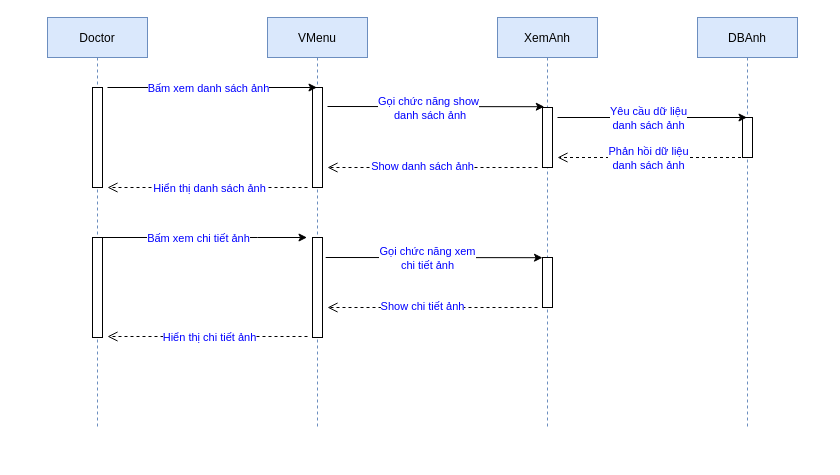
Above: page "Page-2" (2 of 2) of Untitled Diagram.drawio in philong97/diagram (draw.io), before the change. Source tidied: cells renumbered, new cells numbered last; positions are measured from the earlier drawing's top-left corner, leaving out a move shared by most shapes. Both pictures are drawn from the tidied source at 100%, with x=0, y=0 at pixel (47, 17).
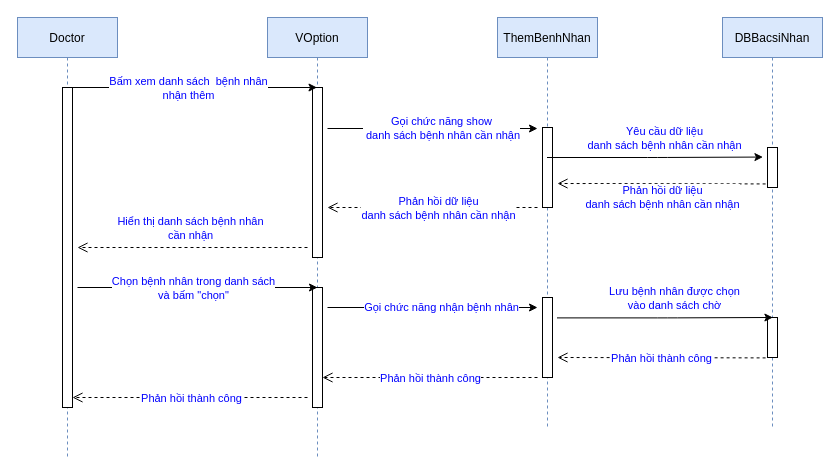
The same page after the edit.

Change to the diagram source:
```diff
@@
     <mxCell id="2" value="Doctor" style="shape=umlLifeline;perimeter=lifelinePerimeter;rounded=0;shadow=0;strokeWidth=1;fillColor=#dae8fc;strokeColor=#6c8ebf;" parent="1" vertex="1">
-      <mxGeometry width="100" height="409" as="geometry" />
+      <mxGeometry x="-30" width="100" height="440" as="geometry" />
     </mxCell>
     <mxCell id="3" style="perimeter=orthogonalPerimeter;rounded=0;shadow=0;strokeWidth=1;fontColor=#0000FF;" parent="2" vertex="1">
-      <mxGeometry x="45" y="70" width="10" height="100" as="geometry" />
+      <mxGeometry x="45" y="70" width="10" height="320" as="geometry" />
     </mxCell>
-    <mxCell id="4" style="perimeter=orthogonalPerimeter;rounded=0;shadow=0;strokeWidth=1;fontColor=#0000FF;" parent="2" vertex="1">
-      <mxGeometry x="45" y="220" width="10" height="100" as="geometry" />
-    </mxCell>
-    <mxCell id="5" value="DBAnh" style="shape=umlLifeline;perimeter=lifelinePerimeter;rounded=0;shadow=0;strokeWidth=1;fillColor=#dae8fc;strokeColor=#6c8ebf;" parent="1" vertex="1">
-      <mxGeometry x="650" width="100" height="409" as="geometry" />
+    <mxCell id="5" value="DBBacsiNhan" style="shape=umlLifeline;perimeter=lifelinePerimeter;rounded=0;shadow=0;strokeWidth=1;fillColor=#dae8fc;strokeColor=#6c8ebf;" parent="1" vertex="1">
+      <mxGeometry x="675" width="100" height="409" as="geometry" />
     </mxCell>
     <mxCell id="6" style="points=[];perimeter=orthogonalPerimeter;rounded=0;shadow=0;strokeWidth=1;fontColor=#0000FF;" parent="5" vertex="1">
-      <mxGeometry x="45" y="100" width="10" height="40" as="geometry" />
+      <mxGeometry x="45" y="130" width="10" height="40" as="geometry" />
     </mxCell>
+    <mxCell id="33" style="perimeter=orthogonalPerimeter;rounded=0;shadow=0;strokeWidth=1;fontColor=#0000FF;" parent="5" vertex="1">
+      <mxGeometry x="45" y="300" width="10" height="40" as="geometry" />
+    </mxCell>
-    <mxCell id="7" value="XemAnh" style="shape=umlLifeline;perimeter=lifelinePerimeter;rounded=0;shadow=0;strokeWidth=1;fillColor=#dae8fc;strokeColor=#6c8ebf;" parent="1" vertex="1">
+    <mxCell id="7" value="ThemBenhNhan" style="shape=umlLifeline;perimeter=lifelinePerimeter;rounded=0;shadow=0;strokeWidth=1;fillColor=#dae8fc;strokeColor=#6c8ebf;" parent="1" vertex="1">
       <mxGeometry x="450" width="100" height="409" as="geometry" />
     </mxCell>
     <mxCell id="8" style="points=[];perimeter=orthogonalPerimeter;rounded=0;shadow=0;strokeWidth=1;fontColor=#0000FF;" parent="7" vertex="1">
-      <mxGeometry x="45" y="90" width="10" height="60" as="geometry" />
+      <mxGeometry x="45" y="110" width="10" height="80" as="geometry" />
     </mxCell>
-    <mxCell id="9" style="perimeter=orthogonalPerimeter;rounded=0;shadow=0;strokeWidth=1;fontColor=#0000FF;" parent="7" vertex="1">
-      <mxGeometry x="45" y="240" width="10" height="50" as="geometry" />
-    </mxCell>
+    <mxCell id="34" style="perimeter=orthogonalPerimeter;rounded=0;shadow=0;strokeWidth=1;fontColor=#0000FF;" parent="7" vertex="1">
+      <mxGeometry x="45" y="280" width="10" height="80" as="geometry" />
+    </mxCell>
-    <mxCell id="10" value="VMenu" style="shape=umlLifeline;perimeter=lifelinePerimeter;rounded=0;shadow=0;strokeWidth=1;fillColor=#dae8fc;strokeColor=#6c8ebf;" parent="1" vertex="1">
-      <mxGeometry x="220" width="100" height="409" as="geometry" />
+    <mxCell id="10" value="VOption" style="shape=umlLifeline;perimeter=lifelinePerimeter;rounded=0;shadow=0;strokeWidth=1;fillColor=#dae8fc;strokeColor=#6c8ebf;" parent="1" vertex="1">
+      <mxGeometry x="220" width="100" height="440" as="geometry" />
     </mxCell>
     <mxCell id="11" style="perimeter=orthogonalPerimeter;rounded=0;shadow=0;strokeWidth=1;fontColor=#0000FF;" parent="10" vertex="1">
-      <mxGeometry x="45" y="70" width="10" height="100" as="geometry" />
+      <mxGeometry x="45" y="70" width="10" height="170" as="geometry" />
     </mxCell>
-    <mxCell id="12" style="perimeter=orthogonalPerimeter;rounded=0;shadow=0;strokeWidth=1;fontColor=#0000FF;" parent="10" vertex="1">
-      <mxGeometry x="45" y="220" width="10" height="100" as="geometry" />
-    </mxCell>
+    <mxCell id="35" style="perimeter=orthogonalPerimeter;rounded=0;shadow=0;strokeWidth=1;fontColor=#0000FF;" parent="10" vertex="1">
+      <mxGeometry x="45" y="270" width="10" height="120" as="geometry" />
+    </mxCell>
-    <mxCell id="13" style="endArrow=classic;html=1;fontColor=#0000FF;" parent="1" edge="1" target="10">
+    <mxCell id="13" style="endArrow=classic;html=1;fontColor=#0000FF;" parent="1" edge="1" source="2" target="10">
       <mxGeometry relative="1" as="geometry">
-        <mxPoint x="60" y="70" as="sourcePoint" />
         <Array as="points">
           <mxPoint x="180" y="70" />
           <mxPoint x="210" y="70" />
         </Array>
       </mxGeometry>
     </mxCell>
-    <mxCell id="14" value="Bấm xem danh sách ảnh" style="edgeLabel;html=1;align=center;verticalAlign=middle;fontColor=#0000FF;" parent="13" vertex="1">
-      <mxGeometry x="-0.05" relative="1" as="geometry" />
+    <mxCell id="14" value="Bấm xem danh sách&amp;nbsp; bệnh nhân&lt;br&gt;nhận thêm" style="edgeLabel;html=1;align=center;verticalAlign=middle;fontColor=#0000FF;" parent="13" vertex="1">
+      <mxGeometry x="-0.05" relative="1" as="geometry">
+        <mxPoint x="1.5" as="offset" />
+      </mxGeometry>
     </mxCell>
-    <mxCell id="15" style="endArrow=classic;html=1;fontColor=#0000FF;entryX=0.178;entryY=-0.013;entryDx=0;entryDy=0;entryPerimeter=0;" parent="1" edge="1" target="8">
+    <mxCell id="15" style="endArrow=classic;html=1;fontColor=#0000FF;" parent="1" edge="1">
       <mxGeometry relative="1" as="geometry">
-        <mxPoint x="280" y="89" as="sourcePoint" />
+        <mxPoint x="280" y="111" as="sourcePoint" />
+        <mxPoint x="490" y="111" as="targetPoint" />
+        <Array as="points">
+          <mxPoint x="390" y="111" />
+        </Array>
       </mxGeometry>
     </mxCell>
-    <mxCell id="16" value="Gọi chức năng show&lt;br&gt;&amp;nbsp;danh sách ảnh" style="edgeLabel;html=1;align=center;verticalAlign=middle;fontColor=#0000FF;" parent="15" vertex="1">
+    <mxCell id="16" value="Gọi chức năng show&lt;br&gt;&amp;nbsp;danh sách bệnh nhân cần nhận" style="edgeLabel;html=1;align=center;verticalAlign=middle;fontColor=#0000FF;" parent="15" vertex="1">
       <mxGeometry x="-0.07" y="-2" relative="1" as="geometry">
-        <mxPoint y="-1.1" as="offset" />
+        <mxPoint x="15.5" y="-3" as="offset" />
       </mxGeometry>
     </mxCell>
-    <mxCell id="17" style="endArrow=classic;html=1;fontColor=#0000FF;" parent="1" edge="1" target="5">
+    <mxCell id="17" style="endArrow=classic;html=1;fontColor=#0000FF;entryX=-0.456;entryY=0.239;entryDx=0;entryDy=0;entryPerimeter=0;" parent="1" edge="1" source="7" target="6">
       <mxGeometry relative="1" as="geometry">
-        <mxPoint x="510" y="100" as="sourcePoint" />
+        <Array as="points">
+          <mxPoint x="610" y="140" />
+        </Array>
       </mxGeometry>
     </mxCell>
-    <mxCell id="18" value="Yêu cầu dữ liệu &lt;br&gt;danh sách ảnh" style="edgeLabel;html=1;align=center;verticalAlign=middle;fontColor=#0000FF;" parent="17" vertex="1">
+    <mxCell id="18" value="Yêu cầu dữ liệu &lt;br&gt;danh sách bệnh nhân cần nhận" style="edgeLabel;html=1;align=center;verticalAlign=middle;fontColor=#0000FF;" parent="17" vertex="1">
       <mxGeometry x="-0.13" y="-2" relative="1" as="geometry">
-        <mxPoint x="8" y="-2" as="offset" />
+        <mxPoint x="22.5" y="-22" as="offset" />
       </mxGeometry>
     </mxCell>
-    <mxCell id="19" style="verticalAlign=bottom;endArrow=open;dashed=1;endSize=8;shadow=0;strokeWidth=1;" parent="1" edge="1" source="5">
+    <mxCell id="19" style="verticalAlign=bottom;endArrow=open;dashed=1;endSize=8;shadow=0;strokeWidth=1;exitX=-0.189;exitY=0.911;exitDx=0;exitDy=0;exitPerimeter=0;" parent="1" edge="1" source="6">
       <mxGeometry x="-0.43" y="-70" relative="1" as="geometry">
-        <mxPoint x="510" y="140" as="targetPoint" />
+        <mxPoint x="510" y="166" as="targetPoint" />
       </mxGeometry>
     </mxCell>
-    <mxCell id="20" value="Phản hồi dữ liệu&lt;br&gt;danh sách ảnh" style="edgeLabel;html=1;align=center;verticalAlign=middle;fontColor=#0000FF;" parent="19" vertex="1">
+    <mxCell id="20" value="Phản hồi dữ liệu&lt;br&gt;danh sách bệnh nhân cần nhận" style="edgeLabel;html=1;align=center;verticalAlign=middle;fontColor=#0000FF;" parent="19" vertex="1">
       <mxGeometry x="-0.08" y="1" relative="1" as="geometry">
-        <mxPoint x="-12.5" y="-1" as="offset" />
+        <mxPoint x="-8.1" y="12.6" as="offset" />
       </mxGeometry>
     </mxCell>
     <mxCell id="21" style="verticalAlign=bottom;endArrow=open;dashed=1;endSize=8;shadow=0;strokeWidth=1;" parent="1" edge="1">
       <mxGeometry x="1" y="-191" relative="1" as="geometry">
-        <mxPoint x="490" y="150" as="sourcePoint" />
-        <mxPoint x="280" y="150" as="targetPoint" />
+        <mxPoint x="490" y="190" as="sourcePoint" />
+        <mxPoint x="280" y="190" as="targetPoint" />
         <mxPoint x="-169" y="102" as="offset" />
       </mxGeometry>
     </mxCell>
-    <mxCell id="22" value="Show danh sách ảnh" style="edgeLabel;html=1;align=center;verticalAlign=middle;fontColor=#0000FF;" parent="21" vertex="1">
-      <mxGeometry x="0.1" y="-2" relative="1" as="geometry" />
+    <mxCell id="22" value="Phản hồi dữ liệu&lt;br&gt;danh sách bệnh nhân cần nhận" style="edgeLabel;html=1;align=center;verticalAlign=middle;fontColor=#0000FF;" parent="21" vertex="1">
+      <mxGeometry x="0.1" y="-2" relative="1" as="geometry">
+        <mxPoint x="16" y="2" as="offset" />
+      </mxGeometry>
     </mxCell>
     <mxCell id="23" style="verticalAlign=bottom;endArrow=open;dashed=1;endSize=8;shadow=0;strokeWidth=1;" parent="1" edge="1">
       <mxGeometry x="1" y="-191" relative="1" as="geometry">
-        <mxPoint x="260" y="170" as="sourcePoint" />
-        <mxPoint x="60" y="170" as="targetPoint" />
+        <mxPoint x="260" y="230" as="sourcePoint" />
+        <mxPoint x="30" y="230" as="targetPoint" />
         <mxPoint x="-169" y="102" as="offset" />
       </mxGeometry>
     </mxCell>
-    <mxCell id="24" value="Hiển thị danh sách ảnh" style="edgeLabel;html=1;align=center;verticalAlign=middle;fontColor=#0000FF;" parent="23" vertex="1">
+    <mxCell id="24" value="Hiển thị danh sách bệnh nhân&lt;br&gt;cần nhận" style="edgeLabel;html=1;align=center;verticalAlign=middle;fontColor=#0000FF;" parent="23" vertex="1">
       <mxGeometry x="0.29" y="3" relative="1" as="geometry">
-        <mxPoint x="30" y="-3" as="offset" />
+        <mxPoint x="30" y="-23" as="offset" />
       </mxGeometry>
     </mxCell>
-    <mxCell id="25" style="endArrow=classic;html=1;fontColor=#0000FF;" parent="1" edge="1">
-      <mxGeometry relative="1" as="geometry">
-        <mxPoint x="50" y="220" as="sourcePoint" />
-        <mxPoint x="259.5" y="220" as="targetPoint" />
-        <Array as="points">
-          <mxPoint x="170" y="220" />
-          <mxPoint x="200" y="220" />
-        </Array>
-      </mxGeometry>
-    </mxCell>
-    <mxCell id="26" value="Bấm xem chi tiết ảnh" style="edgeLabel;html=1;align=center;verticalAlign=middle;fontColor=#0000FF;" parent="25" vertex="1">
-      <mxGeometry x="-0.05" relative="1" as="geometry" />
-    </mxCell>
-    <mxCell id="27" style="endArrow=classic;html=1;fontColor=#0000FF;entryX=0.178;entryY=-0.013;entryDx=0;entryDy=0;entryPerimeter=0;" parent="1" edge="1">
-      <mxGeometry relative="1" as="geometry">
-        <mxPoint x="278.2" y="240" as="sourcePoint" />
-        <mxPoint x="495" y="240.2" as="targetPoint" />
-      </mxGeometry>
-    </mxCell>
-    <mxCell id="28" value="Gọi chức năng xem &lt;br&gt;chi tiết ảnh" style="edgeLabel;html=1;align=center;verticalAlign=middle;fontColor=#0000FF;" parent="27" vertex="1">
-      <mxGeometry x="-0.07" y="-2" relative="1" as="geometry">
-        <mxPoint y="-1.1" as="offset" />
-      </mxGeometry>
-    </mxCell>
-    <mxCell id="29" style="verticalAlign=bottom;endArrow=open;dashed=1;endSize=8;shadow=0;strokeWidth=1;" parent="1" edge="1">
-      <mxGeometry x="1" y="-191" relative="1" as="geometry">
-        <mxPoint x="490" y="290" as="sourcePoint" />
-        <mxPoint x="280" y="290" as="targetPoint" />
-        <mxPoint x="-169" y="102" as="offset" />
-      </mxGeometry>
-    </mxCell>
-    <mxCell id="30" value="Show chi tiết ảnh" style="edgeLabel;html=1;align=center;verticalAlign=middle;fontColor=#0000FF;" parent="29" vertex="1">
-      <mxGeometry x="0.1" y="-2" relative="1" as="geometry" />
-    </mxCell>
-    <mxCell id="31" style="verticalAlign=bottom;endArrow=open;dashed=1;endSize=8;shadow=0;strokeWidth=1;" parent="1" edge="1">
-      <mxGeometry x="1" y="-191" relative="1" as="geometry">
-        <mxPoint x="260" y="319" as="sourcePoint" />
-        <mxPoint x="60" y="319" as="targetPoint" />
-        <mxPoint x="-169" y="102" as="offset" />
-      </mxGeometry>
-    </mxCell>
-    <mxCell id="32" value="Hiển thị chi tiết ảnh" style="edgeLabel;html=1;align=center;verticalAlign=middle;fontColor=#0000FF;" parent="31" vertex="1">
-      <mxGeometry x="0.29" y="3" relative="1" as="geometry">
-        <mxPoint x="30" y="-3" as="offset" />
-      </mxGeometry>
-    </mxCell>
+    <mxCell id="36" style="endArrow=classic;html=1;fontColor=#0000FF;" parent="1" edge="1">
+      <mxGeometry relative="1" as="geometry">
+        <mxPoint x="30" y="270" as="sourcePoint" />
+        <mxPoint x="270" y="270" as="targetPoint" />
+        <Array as="points">
+          <mxPoint x="180.5" y="270" />
+          <mxPoint x="210.5" y="270" />
+        </Array>
+      </mxGeometry>
+    </mxCell>
+    <mxCell id="37" value="Chọn bệnh nhân trong danh sách&lt;br&gt;và bấm &quot;chọn&quot;" style="edgeLabel;html=1;align=center;verticalAlign=middle;fontColor=#0000FF;" parent="36" vertex="1">
+      <mxGeometry x="-0.05" relative="1" as="geometry">
+        <mxPoint x="1.5" as="offset" />
+      </mxGeometry>
+    </mxCell>
+    <mxCell id="38" style="endArrow=classic;html=1;fontColor=#0000FF;" parent="1" edge="1">
+      <mxGeometry relative="1" as="geometry">
+        <mxPoint x="280" y="290" as="sourcePoint" />
+        <mxPoint x="490" y="290" as="targetPoint" />
+        <Array as="points">
+          <mxPoint x="390" y="290" />
+        </Array>
+      </mxGeometry>
+    </mxCell>
+    <mxCell id="39" value="Gọi chức năng nhận bệnh nhân" style="edgeLabel;html=1;align=center;verticalAlign=middle;fontColor=#0000FF;" parent="38" vertex="1">
+      <mxGeometry x="-0.07" y="-2" relative="1" as="geometry">
+        <mxPoint x="15.5" y="-3" as="offset" />
+      </mxGeometry>
+    </mxCell>
+    <mxCell id="40" style="endArrow=classic;html=1;fontColor=#0000FF;entryX=-0.456;entryY=0.239;entryDx=0;entryDy=0;entryPerimeter=0;" parent="1" edge="1">
+      <mxGeometry relative="1" as="geometry">
+        <mxPoint x="509.5" y="300.4" as="sourcePoint" />
+        <mxPoint x="725.4" y="300" as="targetPoint" />
+        <Array as="points">
+          <mxPoint x="620" y="300.4" />
+        </Array>
+      </mxGeometry>
+    </mxCell>
+    <mxCell id="41" value="Lưu bệnh nhân được chọn&lt;br&gt;vào danh sách chờ" style="edgeLabel;html=1;align=center;verticalAlign=middle;fontColor=#0000FF;" parent="40" vertex="1">
+      <mxGeometry x="-0.13" y="-2" relative="1" as="geometry">
+        <mxPoint x="22.5" y="-22" as="offset" />
+      </mxGeometry>
+    </mxCell>
+    <mxCell id="42" style="verticalAlign=bottom;endArrow=open;dashed=1;endSize=8;shadow=0;strokeWidth=1;exitX=-0.189;exitY=0.911;exitDx=0;exitDy=0;exitPerimeter=0;" parent="1" edge="1">
+      <mxGeometry x="-0.43" y="-70" relative="1" as="geometry">
+        <mxPoint x="718.1" y="340.4" as="sourcePoint" />
+        <mxPoint x="510" y="340" as="targetPoint" />
+      </mxGeometry>
+    </mxCell>
+    <mxCell id="43" value="Phản hồi thành công" style="edgeLabel;html=1;align=center;verticalAlign=middle;fontColor=#0000FF;" parent="42" vertex="1">
+      <mxGeometry x="-0.08" y="1" relative="1" as="geometry">
+        <mxPoint x="-8.1" y="-1.2" as="offset" />
+      </mxGeometry>
+    </mxCell>
+    <mxCell id="44" style="verticalAlign=bottom;endArrow=open;dashed=1;endSize=8;shadow=0;strokeWidth=1;" parent="1" edge="1">
+      <mxGeometry x="-0.43" y="-70" relative="1" as="geometry">
+        <mxPoint x="490" y="360" as="sourcePoint" />
+        <mxPoint x="275" y="360" as="targetPoint" />
+      </mxGeometry>
+    </mxCell>
+    <mxCell id="45" value="Phản hồi thành công" style="edgeLabel;html=1;align=center;verticalAlign=middle;fontColor=#0000FF;" parent="44" vertex="1">
+      <mxGeometry x="-0.08" y="1" relative="1" as="geometry">
+        <mxPoint x="-8.1" y="-1" as="offset" />
+      </mxGeometry>
+    </mxCell>
+    <mxCell id="46" style="verticalAlign=bottom;endArrow=open;dashed=1;endSize=8;shadow=0;strokeWidth=1;" parent="1" edge="1">
+      <mxGeometry x="-0.43" y="-70" relative="1" as="geometry">
+        <mxPoint x="260" y="380" as="sourcePoint" />
+        <mxPoint x="25" y="380" as="targetPoint" />
+      </mxGeometry>
+    </mxCell>
+    <mxCell id="47" value="Phản hồi thành công" style="edgeLabel;html=1;align=center;verticalAlign=middle;fontColor=#0000FF;" parent="46" vertex="1">
+      <mxGeometry x="-0.08" y="1" relative="1" as="geometry">
+        <mxPoint x="-8.1" y="-1" as="offset" />
+      </mxGeometry>
+    </mxCell>
```
